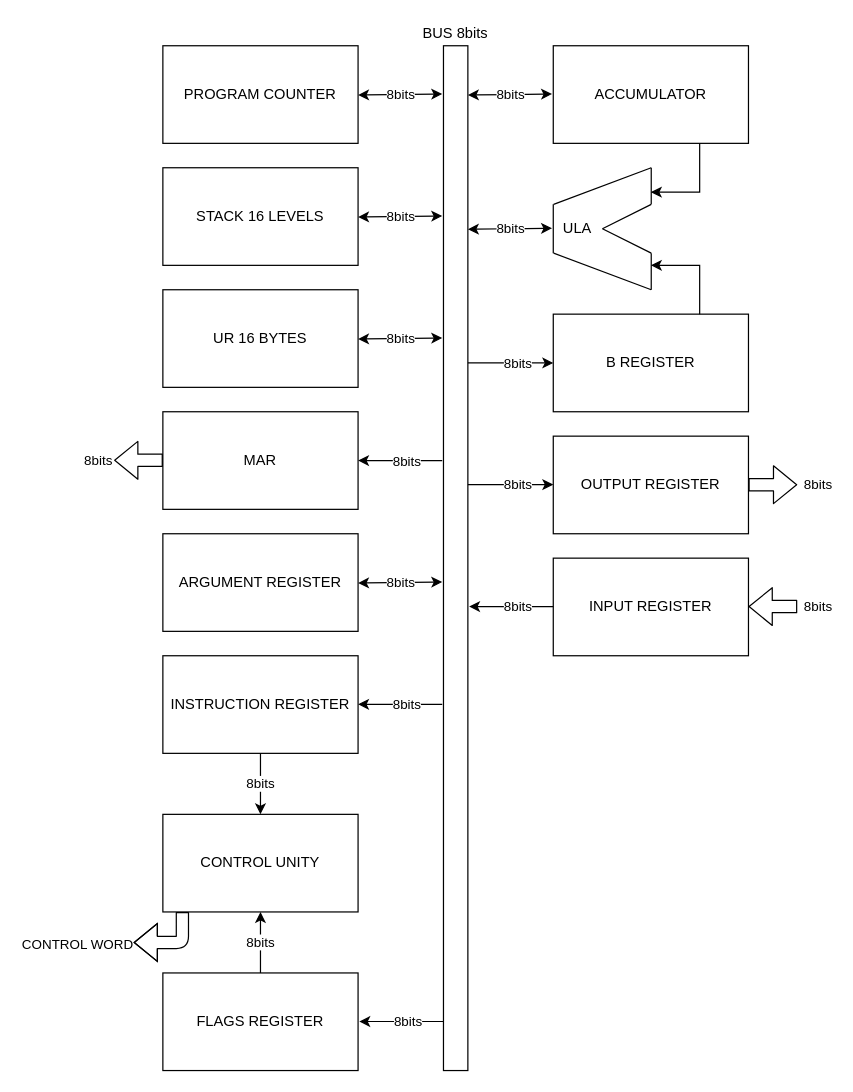
Earlier version of the draw.io diagram Solon-Tavares-Computer-1/arquitetura-hardware/ArquiteturaSTP1.drawio (Vinicius-Moraes20/computadores). Source tidied: cells renumbered, new cells numbered last; positions are measured from the earlier drawing's top-left corner, leaving out a move shared by most shapes. Both pictures are drawn from the tidied source at 122%, with x=0, y=0 at pixel (113, 21).
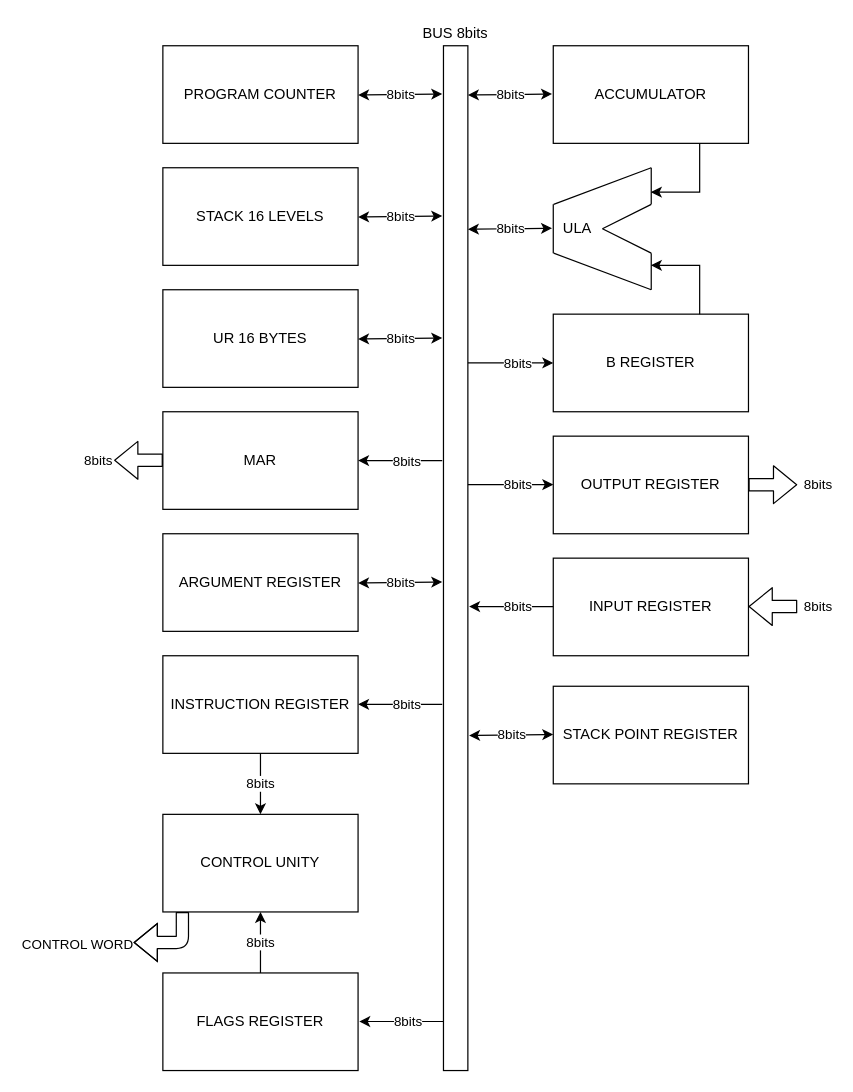
The same page after the edit.

What changed in the source:
```diff
@@
+    <mxCell id="55" value="STACK POINT REGISTER" style="rounded=0;whiteSpace=wrap;html=1;fillColor=none;" parent="1" vertex="1">
+      <mxGeometry x="360" y="545" width="160" height="80" as="geometry" />
+    </mxCell>
+    <mxCell id="56" value="8bits" style="endArrow=classic;startArrow=classic;html=1;" parent="1" edge="1">
+      <mxGeometry relative="1" as="geometry">
+        <mxPoint x="291" y="585.4" as="sourcePoint" />
+        <mxPoint x="360" y="584.6" as="targetPoint" />
+        <Array as="points">
+          <mxPoint x="326" y="585" />
+        </Array>
+      </mxGeometry>
+    </mxCell>
```
